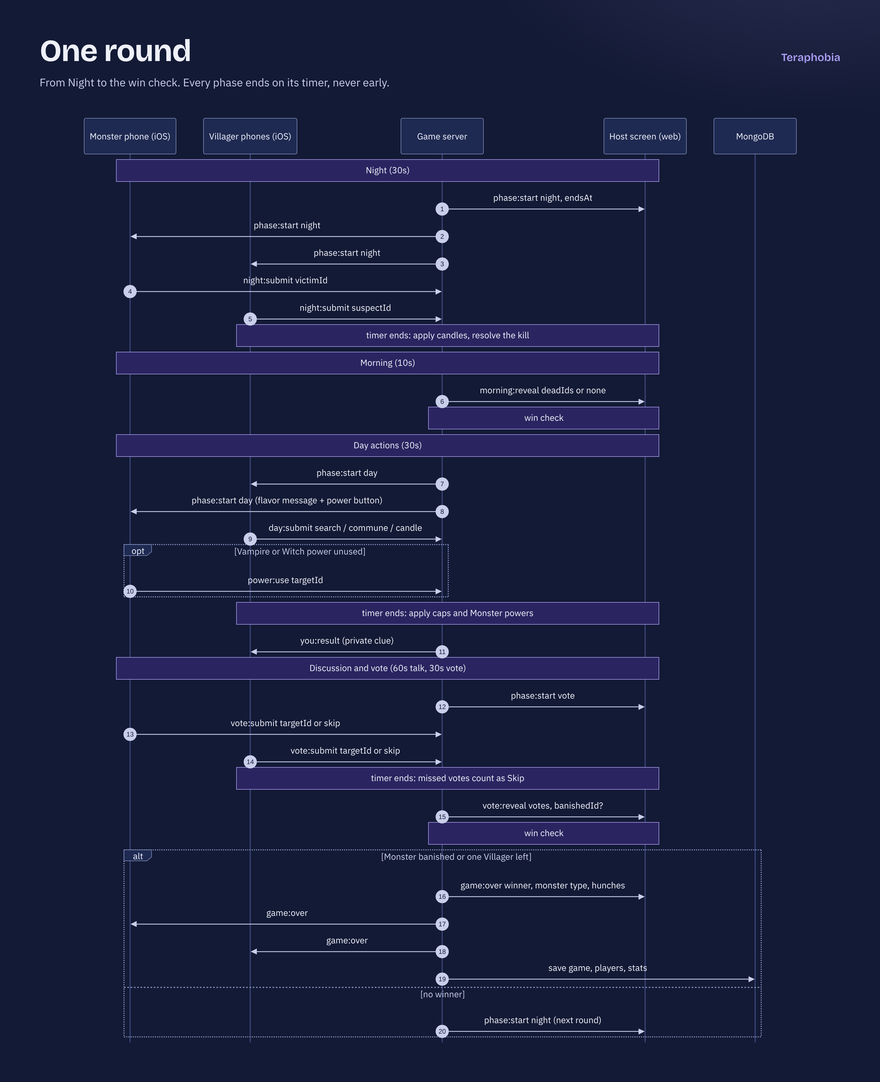
Earlier version of the Mermaid export resources/diagrams/sequence-round.png (ucfdevs/teraphobia). Its source is kept beside it as resources/diagrams/sequence-round.mmd.
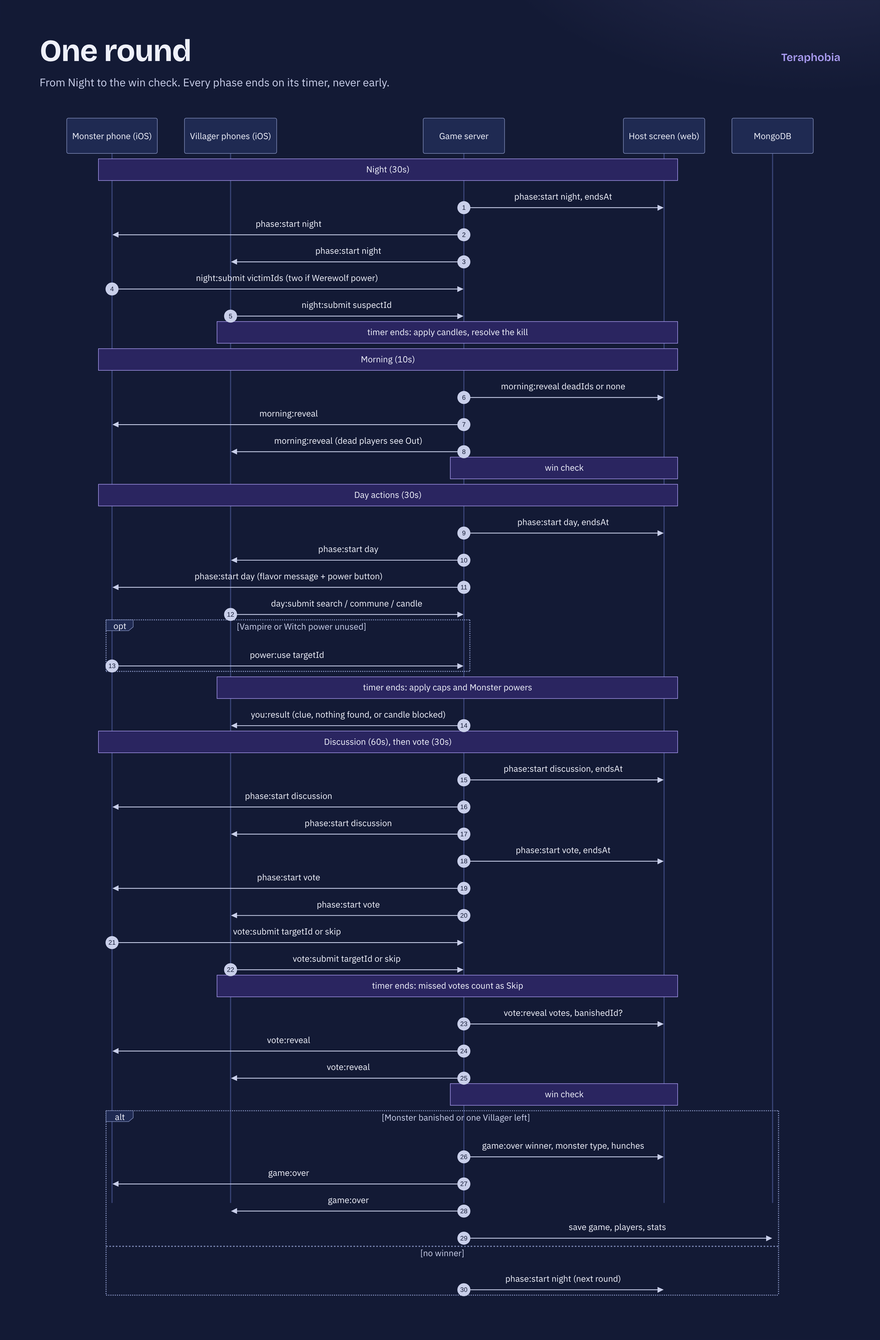
Above is the later version.

Commit message:
fix phase and reveal events in round sequence diagram

What changed in the source:
```diff
@@ -10,15 +10,18 @@
     S->>W: phase:start night, endsAt
     S->>M: phase:start night
     S->>V: phase:start night
-    M->>S: night:submit victimId
+    M->>S: night:submit victimIds (two if Werewolf power)
     V->>S: night:submit suspectId
     Note over V,W: timer ends: apply candles, resolve the kill
 
     Note over M,W: Morning (10s)
     S->>W: morning:reveal deadIds or none
+    S->>M: morning:reveal
+    S->>V: morning:reveal (dead players see Out)
     Note over S,W: win check
 
     Note over M,W: Day actions (30s)
+    S->>W: phase:start day, endsAt
     S->>V: phase:start day
     S->>M: phase:start day (flavor message + power button)
     V->>S: day:submit search / commune / candle
@@ -26,14 +29,21 @@
         M->>S: power:use targetId
     end
     Note over V,W: timer ends: apply caps and Monster powers
-    S->>V: you:result (private clue)
+    S->>V: you:result (clue, nothing found, or candle blocked)
 
-    Note over M,W: Discussion and vote (60s talk, 30s vote)
-    S->>W: phase:start vote
+    Note over M,W: Discussion (60s), then vote (30s)
+    S->>W: phase:start discussion, endsAt
+    S->>M: phase:start discussion
+    S->>V: phase:start discussion
+    S->>W: phase:start vote, endsAt
+    S->>M: phase:start vote
+    S->>V: phase:start vote
     M->>S: vote:submit targetId or skip
     V->>S: vote:submit targetId or skip
     Note over V,W: timer ends: missed votes count as Skip
     S->>W: vote:reveal votes, banishedId?
+    S->>M: vote:reveal
+    S->>V: vote:reveal
     Note over S,W: win check
 
     alt Monster banished or one Villager left
```
